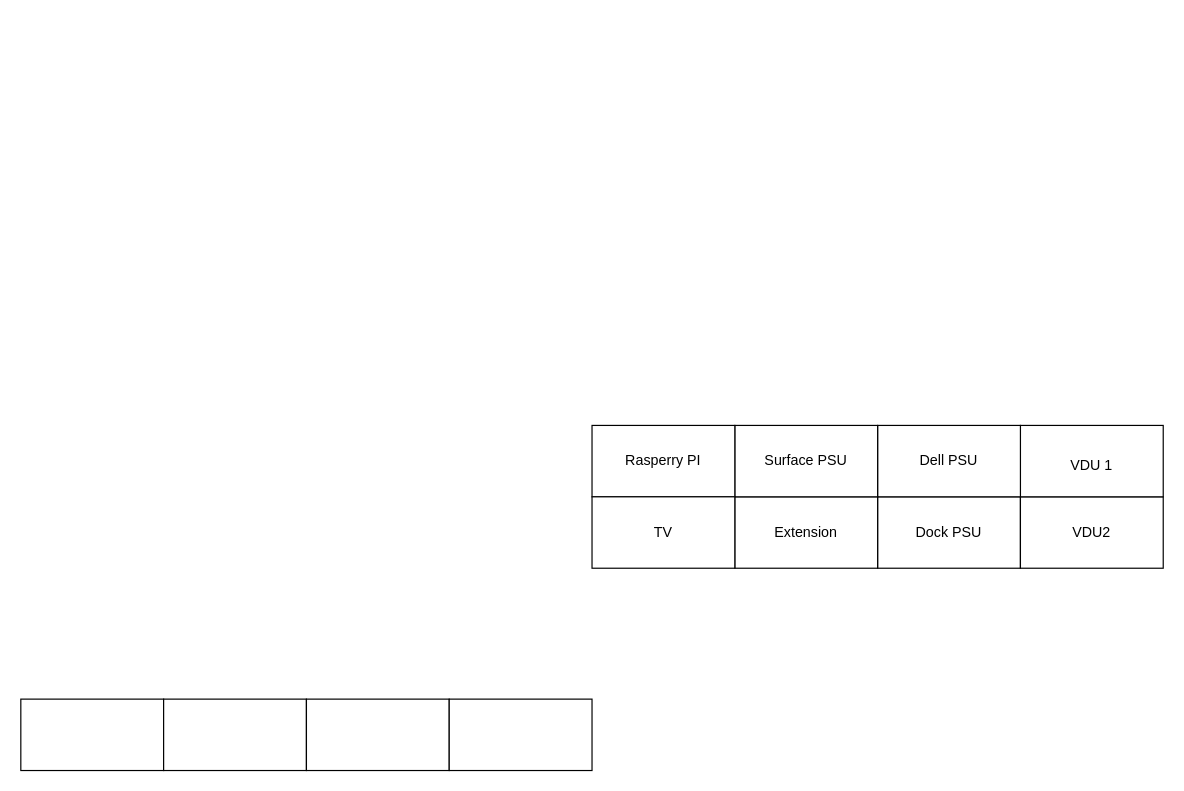
This is desk_devices.drawio from nairby/diagrams, a draw.io file, before an edit. Source tidied: cells renumbered, new cells numbered last; positions are measured from the earlier drawing's top-left corner, leaving out a move shared by most shapes. Both pictures are drawn from the tidied source at 119%, with x=0, y=0 at pixel (20, 425).
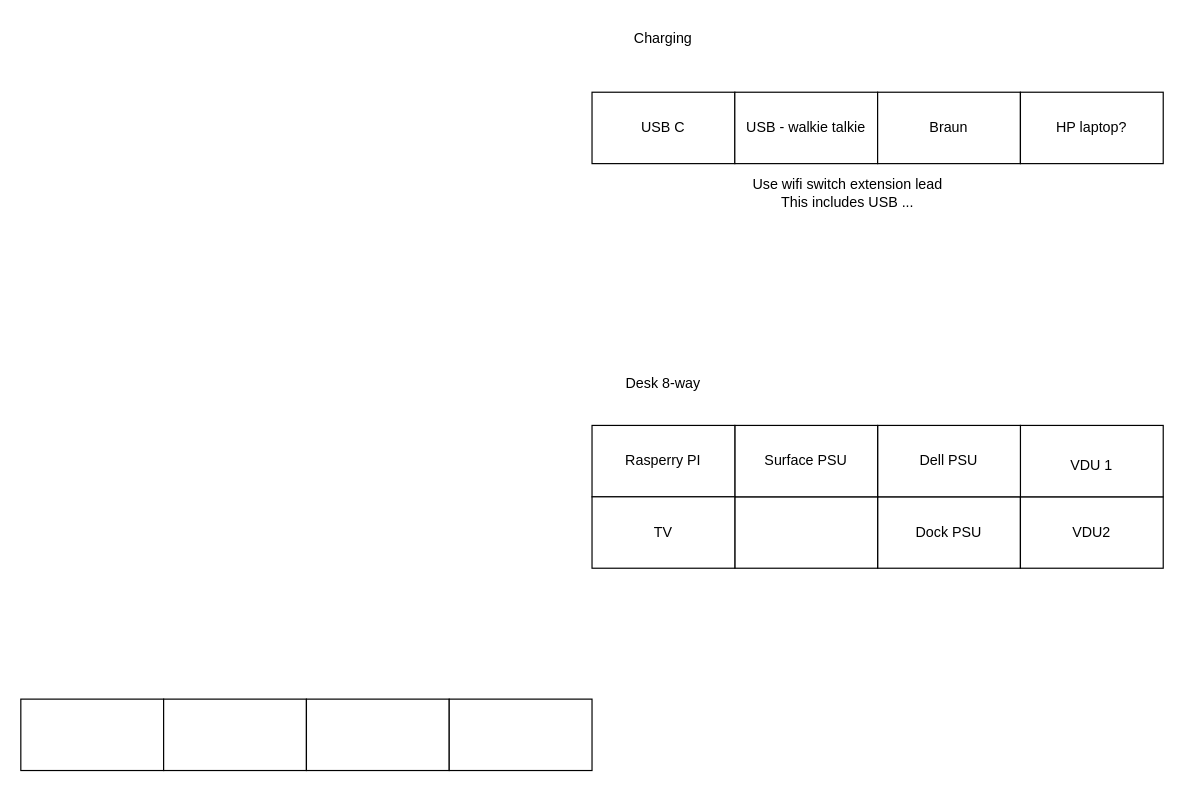
After the change.

What changed in the source:
```diff
@@
-    <mxCell id="6" value="Extension" style="rounded=0;whiteSpace=wrap;html=1;" parent="1" vertex="1">
+    <mxCell id="6" style="rounded=0;whiteSpace=wrap;html=1;" parent="1" vertex="1">
       <mxGeometry x="600" y="60" width="120" height="60" as="geometry" />
     </mxCell>
@@
+    <mxCell id="15" value="USB C" style="rounded=0;whiteSpace=wrap;html=1;" parent="1" vertex="1">
+      <mxGeometry x="480" y="-280" width="120" height="60" as="geometry" />
+    </mxCell>
+    <mxCell id="16" value="USB - walkie talkie" style="rounded=0;whiteSpace=wrap;html=1;" parent="1" vertex="1">
+      <mxGeometry x="600" y="-280" width="120" height="60" as="geometry" />
+    </mxCell>
+    <mxCell id="17" value="Braun" style="rounded=0;whiteSpace=wrap;html=1;" parent="1" vertex="1">
+      <mxGeometry x="720" y="-280" width="120" height="60" as="geometry" />
+    </mxCell>
+    <mxCell id="18" value="HP laptop?" style="rounded=0;whiteSpace=wrap;html=1;" parent="1" vertex="1">
+      <mxGeometry x="840" y="-280" width="120" height="60" as="geometry" />
+    </mxCell>
+    <mxCell id="19" value="Charging" style="text;html=1;strokeColor=none;fillColor=none;align=center;verticalAlign=middle;whiteSpace=wrap;rounded=0;" parent="1" vertex="1">
+      <mxGeometry x="480" y="-340" width="120" height="30" as="geometry" />
+    </mxCell>
+    <mxCell id="20" value="Desk 8-way" style="text;html=1;strokeColor=none;fillColor=none;align=center;verticalAlign=middle;whiteSpace=wrap;rounded=0;" parent="1" vertex="1">
+      <mxGeometry x="480" y="-50" width="120" height="30" as="geometry" />
+    </mxCell>
+    <mxCell id="21" value="Use wifi switch extension lead&lt;br&gt;This includes USB ..." style="text;html=1;strokeColor=none;fillColor=none;align=center;verticalAlign=middle;whiteSpace=wrap;rounded=0;" parent="1" vertex="1">
+      <mxGeometry x="600" y="-210" width="190" height="30" as="geometry" />
+    </mxCell>
```
